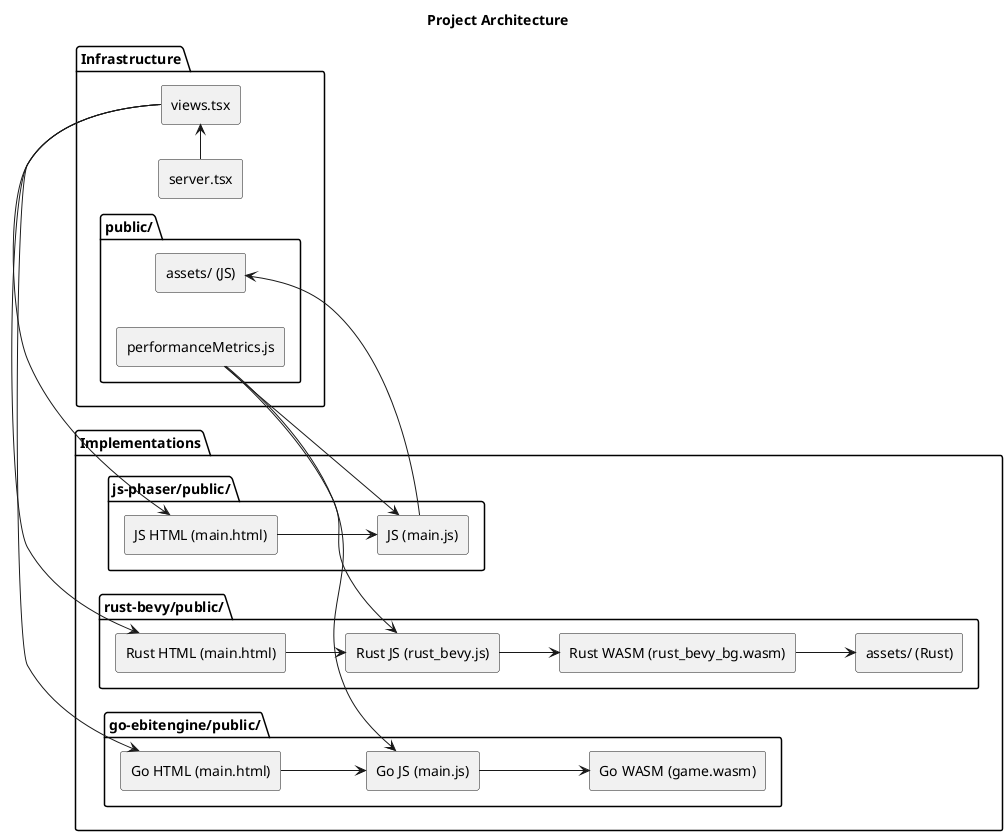
This is docs/architecture.png from oTuff/wasm-game, a PlantUML export, as it was before one commit. Its diagram source:
```plantuml
@startuml
title Project Architecture

left to right direction
skinparam componentStyle rectangle

package "Infrastructure" {
    [server.tsx] as server
    [views.tsx] as views
    server -> views

  package "public/"{
    [assets/ (JS)] as assets
    [performanceMetrics.js] as metrics
  }
}

package "Implementations" {
  package "go-ebitengine/public/" {
  [Go HTML (main.html)] as go_html
  [Go JS (main.js)] as go_js
  [Go WASM (game.wasm)] as go_wasm
  }

  package "rust-bevy/public/" {
  [Rust HTML (main.html)] as rust_html
  [Rust JS (rust_bevy.js)] as rust_js
  [Rust WASM (rust_bevy_bg.wasm)] as rust_wasm
  [assets/ (Rust)] as rust_assets
  }

  package "js-phaser/public/"{
  [JS HTML (main.html)] as js_html
  [JS (main.js)] as js_js
  }

  views -> go_html
  views -> rust_html
  views -> js_html

  go_html --> go_js
  rust_html --> rust_js
  js_html --> js_js

  go_js --> go_wasm
  rust_js --> rust_wasm

  rust_wasm --> rust_assets
  js_js --> assets

  metrics --> go_js
  metrics --> rust_js
  metrics --> js_js
}

@enduml
```
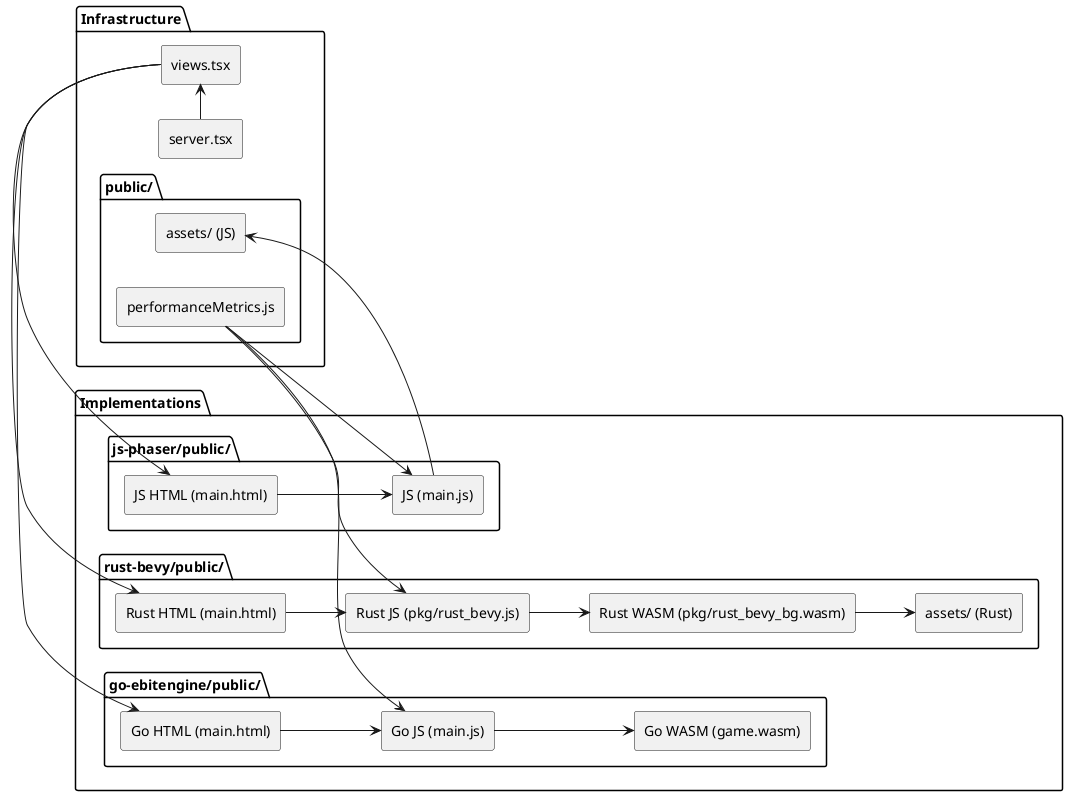
Above is the later version.

Commit message:
Update architecture diagram

The edit, as a diff of the source:
```diff
@@ -1,6 +1,4 @@
 @startuml
-title Project Architecture
-
 left to right direction
 skinparam componentStyle rectangle
 
@@ -24,8 +22,8 @@
 
   package "rust-bevy/public/" {
   [Rust HTML (main.html)] as rust_html
-  [Rust JS (rust_bevy.js)] as rust_js
-  [Rust WASM (rust_bevy_bg.wasm)] as rust_wasm
+  [Rust JS (pkg/rust_bevy.js)] as rust_js
+  [Rust WASM (pkg/rust_bevy_bg.wasm)] as rust_wasm
   [assets/ (Rust)] as rust_assets
   }
 
```
